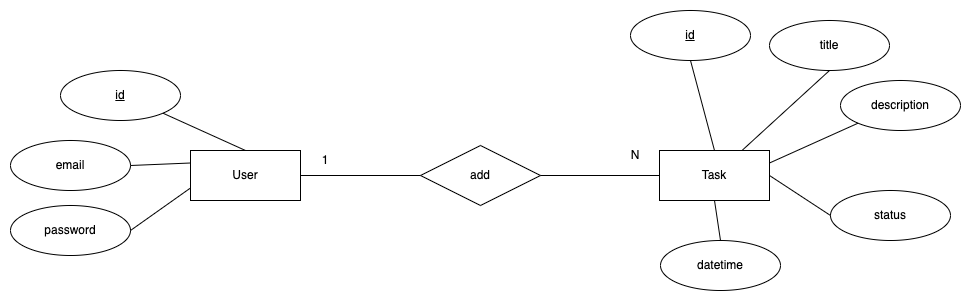
SajidAhmed0/to-do-tasks-coveragex keeps this draw.io diagram as diagrams/ER Diagram/ER Diagram.png. Above is the earlier version. Source tidied: cells renumbered, new cells last; positions are measured from the earlier drawing's top-left corner, leaving out a move shared by most shapes.
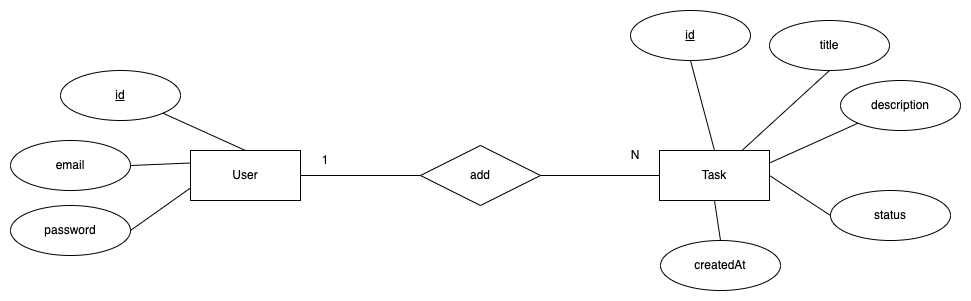
The same file after the commit.

Change to the diagram source:
```diff
@@ -8,7 +8,7 @@
     <mxCell id="3" value="title" style="ellipse;whiteSpace=wrap;html=1;fontStyle=0;" parent="1" vertex="1">
       <mxGeometry x="759" y="10" width="120" height="50" as="geometry" />
     </mxCell>
-    <mxCell id="4" value="datetime" style="ellipse;whiteSpace=wrap;html=1;" parent="1" vertex="1">
+    <mxCell id="4" value="createdAt" style="ellipse;whiteSpace=wrap;html=1;" parent="1" vertex="1">
       <mxGeometry x="650" y="230" width="120" height="50" as="geometry" />
     </mxCell>
     <mxCell id="5" value="status" style="ellipse;whiteSpace=wrap;html=1;" parent="1" vertex="1">
```
